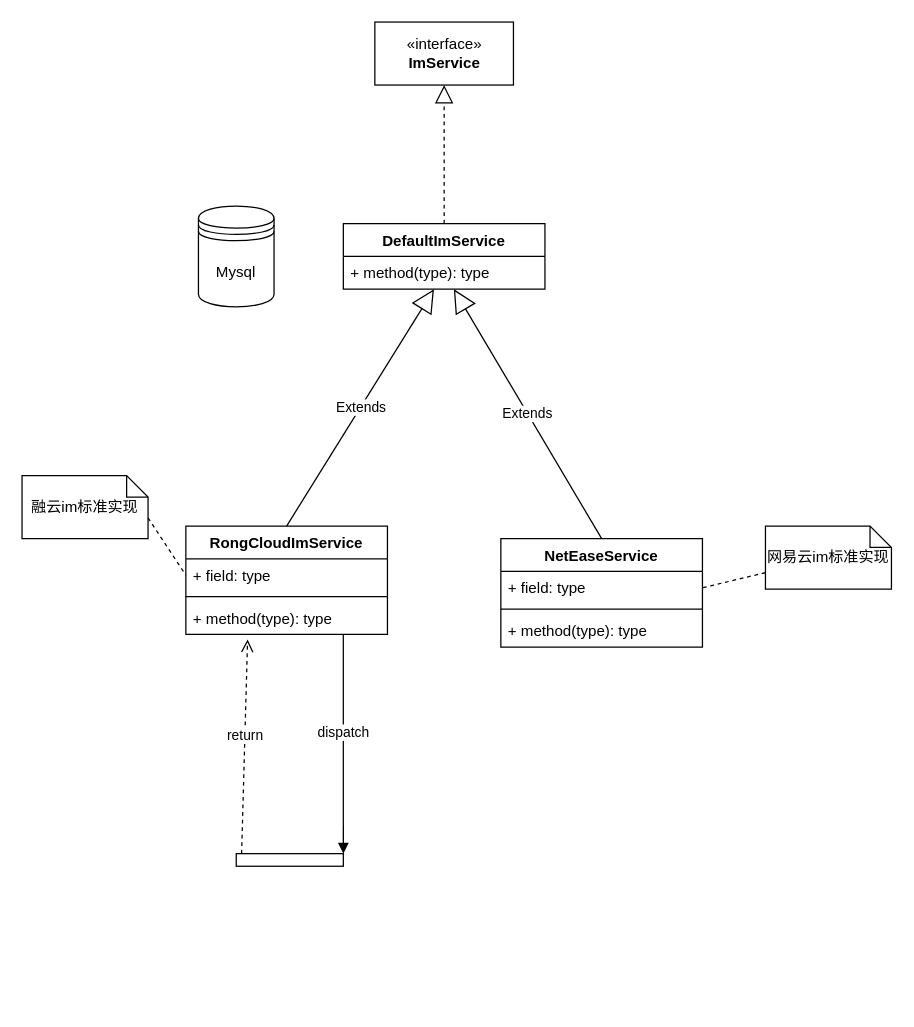
The draw.io diagram hippius-im.drawio in eru97/draw-io, before the edit. Source tidied: cells renumbered, new cells numbered last; positions are measured from the earlier drawing's top-left corner, leaving out a move shared by most shapes. Both pictures are drawn from the tidied source at 126%, with x=0, y=0 at pixel (21, 21).
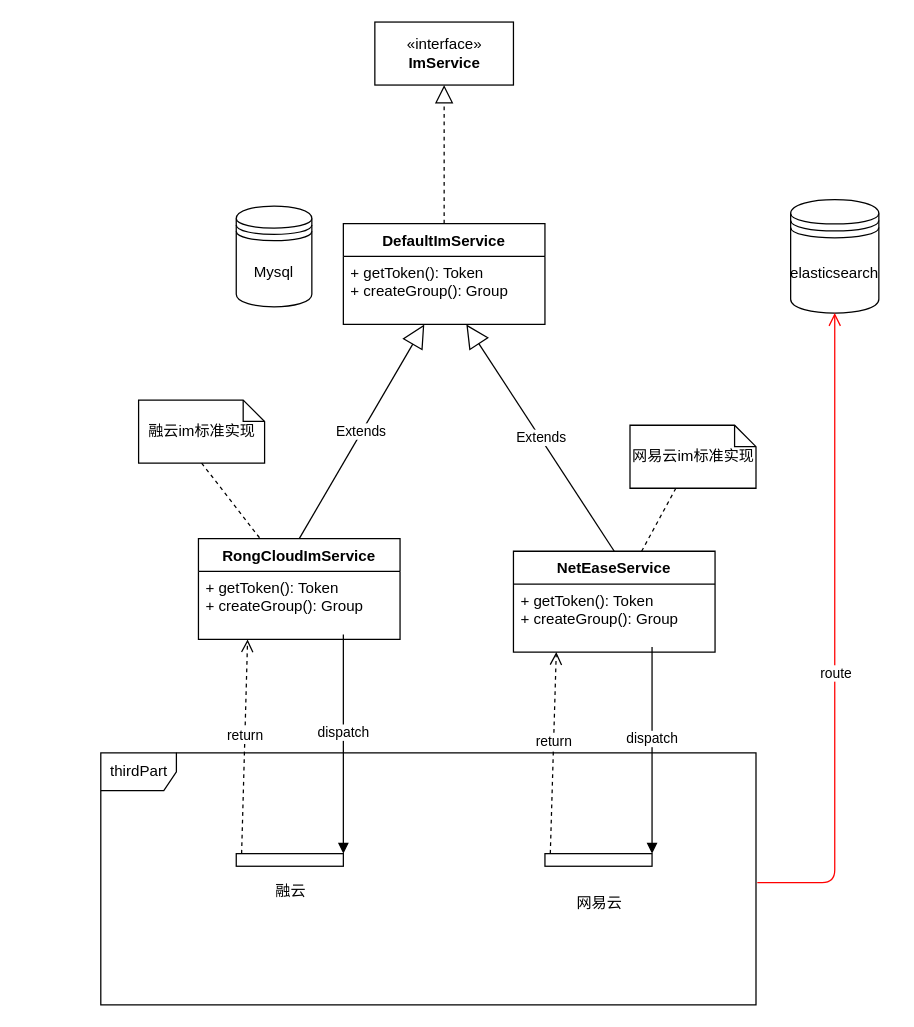
Above is the later version.

Unchanged cells that the change refers to:
```xml
<mxCell id="21" style="html=1;points=[];perimeter=orthogonalPerimeter;direction=south;" parent="1" vertex="1">
  <mxGeometry x="170" y="660" width="85" height="10" as="geometry" />
</mxCell>
```

What changed in the source:
```diff
@@
     <mxCell id="3" value="DefaultImService" style="swimlane;fontStyle=1;align=center;verticalAlign=top;horizontal=1;startSize=26;" parent="1" vertex="1">
-      <mxGeometry x="255" y="160" width="160" height="52" as="geometry" />
+      <mxGeometry x="255" y="160" width="160" height="80" as="geometry" />
     </mxCell>
-    <mxCell id="4" value="+ method(type): type" style="text;strokeColor=none;fillColor=none;align=left;verticalAlign=top;spacingLeft=4;spacingRight=4;overflow=hidden;points=[[0,0.5],[1,0.5]];portConstraint=eastwest;" parent="3" vertex="1">
-      <mxGeometry y="26" width="160" height="26" as="geometry" />
+    <mxCell id="4" value="+ getToken(): Token&#10;+ createGroup(): Group&#10;" style="text;strokeColor=none;fillColor=none;align=left;verticalAlign=top;spacingLeft=4;spacingRight=4;overflow=hidden;points=[[0,0.5],[1,0.5]];portConstraint=eastwest;" parent="3" vertex="1">
+      <mxGeometry y="26" width="160" height="54" as="geometry" />
     </mxCell>
@@
-    <mxCell id="6" value="RongCloudImService" style="swimlane;fontStyle=1;align=center;verticalAlign=top;horizontal=1;startSize=26;" parent="1" vertex="1">
-      <mxGeometry x="130" y="400" width="160" height="86" as="geometry" />
-    </mxCell>
-    <mxCell id="7" value="+ field: type" style="text;strokeColor=none;fillColor=none;align=left;verticalAlign=top;spacingLeft=4;spacingRight=4;overflow=hidden;points=[[0,0.5],[1,0.5]];portConstraint=eastwest;" parent="6" vertex="1">
-      <mxGeometry y="26" width="160" height="26" as="geometry" />
-    </mxCell>
-    <mxCell id="8" style="line;strokeWidth=1;fillColor=none;align=left;verticalAlign=middle;spacingTop=-1;spacingLeft=3;spacingRight=3;labelPosition=right;" parent="6" vertex="1">
-      <mxGeometry y="52" width="160" height="8" as="geometry" />
-    </mxCell>
-    <mxCell id="9" value="+ method(type): type" style="text;strokeColor=none;fillColor=none;align=left;verticalAlign=top;spacingLeft=4;spacingRight=4;overflow=hidden;points=[[0,0.5],[1,0.5]];portConstraint=eastwest;" parent="6" vertex="1">
-      <mxGeometry y="60" width="160" height="26" as="geometry" />
-    </mxCell>
-    <mxCell id="10" value="NetEaseService" style="swimlane;fontStyle=1;align=center;verticalAlign=top;horizontal=1;startSize=26;" parent="1" vertex="1">
-      <mxGeometry x="380" y="410" width="160" height="86" as="geometry" />
-    </mxCell>
-    <mxCell id="11" value="+ field: type" style="text;strokeColor=none;fillColor=none;align=left;verticalAlign=top;spacingLeft=4;spacingRight=4;overflow=hidden;points=[[0,0.5],[1,0.5]];portConstraint=eastwest;" parent="10" vertex="1">
-      <mxGeometry y="26" width="160" height="26" as="geometry" />
-    </mxCell>
-    <mxCell id="12" style="line;strokeWidth=1;fillColor=none;align=left;verticalAlign=middle;spacingTop=-1;spacingLeft=3;spacingRight=3;labelPosition=right;" parent="10" vertex="1">
-      <mxGeometry y="52" width="160" height="8" as="geometry" />
-    </mxCell>
-    <mxCell id="13" value="+ method(type): type" style="text;strokeColor=none;fillColor=none;align=left;verticalAlign=top;spacingLeft=4;spacingRight=4;overflow=hidden;" parent="10" vertex="1">
-      <mxGeometry y="60" width="160" height="26" as="geometry" />
-    </mxCell>
@@
     <mxCell id="16" value="融云im标准实现" style="shape=note;whiteSpace=wrap;size=17;" parent="1" vertex="1">
-      <mxGeometry y="360" width="100" height="50" as="geometry" />
+      <mxGeometry x="92.5" y="300" width="100" height="50" as="geometry" />
     </mxCell>
     <mxCell id="17" value="网易云im标准实现" style="shape=note;whiteSpace=wrap;size=17;" parent="1" vertex="1">
-      <mxGeometry x="590" y="400" width="100" height="50" as="geometry" />
+      <mxGeometry x="482.5" y="320" width="100" height="50" as="geometry" />
     </mxCell>
-    <mxCell id="18" style="endArrow=none;endFill=0;rounded=0;dashed=1;entryX=0;entryY=0.5;entryDx=0;entryDy=0;exitX=0;exitY=0;exitDx=100;exitDy=33.5;exitPerimeter=0;" parent="1" edge="1" source="16" target="7">
+    <mxCell id="18" style="endArrow=none;endFill=0;rounded=0;dashed=1;exitX=0.5;exitY=1;exitDx=0;exitDy=0;exitPerimeter=0;" parent="1" edge="1" source="16" target="6">
       <mxGeometry relative="1" as="geometry" />
     </mxCell>
-    <mxCell id="19" style="endArrow=none;endFill=0;rounded=0;dashed=1;entryX=1;entryY=0.5;entryDx=0;entryDy=0;" parent="1" edge="1" source="17" target="11">
+    <mxCell id="19" style="endArrow=none;endFill=0;rounded=0;dashed=1;" parent="1" edge="1" source="17" target="10">
       <mxGeometry relative="1" as="geometry" />
     </mxCell>
     <mxCell id="20" value="Mysql" style="shape=datastore;whiteSpace=wrap;html=1;" parent="1" vertex="1">
-      <mxGeometry x="140" y="146" width="60" height="80" as="geometry" />
+      <mxGeometry x="170" y="146" width="60" height="80" as="geometry" />
     </mxCell>
@@
-    <mxCell id="22" value="dispatch" style="html=1;verticalAlign=bottom;endArrow=block;entryX=0;entryY=0;strokeColor=#000000;exitX=0.781;exitY=1;exitDx=0;exitDy=0;exitPerimeter=0;" parent="1" edge="1" source="9" target="21">
-      <mxGeometry relative="1" as="geometry" />
+    <mxCell id="22" value="dispatch" style="html=1;verticalAlign=bottom;endArrow=block;entryX=0;entryY=0;strokeColor=#000000;exitX=0.781;exitY=1;exitDx=0;exitDy=0;exitPerimeter=0;" parent="1" edge="1" target="21">
+      <mxGeometry relative="1" as="geometry">
+        <mxPoint x="255" y="486" as="sourcePoint" />
+      </mxGeometry>
     </mxCell>
@@
+    <mxCell id="24" value="融云" style="text;html=1;align=center;verticalAlign=middle;" parent="1" vertex="1">
+      <mxGeometry x="192.5" y="680" width="40" height="20" as="geometry" />
+    </mxCell>
+    <mxCell id="25" style="html=1;points=[];perimeter=orthogonalPerimeter;direction=south;" parent="1" vertex="1">
+      <mxGeometry x="415" y="660" width="85" height="10" as="geometry" />
+    </mxCell>
+    <mxCell id="26" value="dispatch" style="html=1;verticalAlign=bottom;endArrow=block;entryX=0;entryY=0;strokeColor=#000000;exitX=0.781;exitY=1;exitDx=0;exitDy=0;exitPerimeter=0;" parent="1" edge="1" target="25">
+      <mxGeometry relative="1" as="geometry">
+        <mxPoint x="500" y="496" as="sourcePoint" />
+      </mxGeometry>
+    </mxCell>
+    <mxCell id="27" value="return" style="html=1;verticalAlign=bottom;endArrow=open;dashed=1;endSize=8;exitX=0;exitY=0.95;strokeColor=#000000;" parent="1" edge="1" source="25">
+      <mxGeometry relative="1" as="geometry">
+        <mxPoint x="424" y="500" as="targetPoint" />
+      </mxGeometry>
+    </mxCell>
+    <mxCell id="28" value="网易云" style="text;html=1;align=center;verticalAlign=middle;" parent="1" vertex="1">
+      <mxGeometry x="432.5" y="690" width="50" height="20" as="geometry" />
+    </mxCell>
+    <mxCell id="29" value="thirdPart" style="shape=umlFrame;whiteSpace=wrap;html=1;" parent="1" vertex="1">
+      <mxGeometry x="62.5" y="580" width="520" height="200" as="geometry" />
+    </mxCell>
+    <mxCell id="30" value="elasticsearch" style="shape=datastore;whiteSpace=wrap;html=1;" parent="1" vertex="1">
+      <mxGeometry x="610" y="141" width="70" height="90" as="geometry" />
+    </mxCell>
+    <mxCell id="31" style="edgeStyle=orthogonalEdgeStyle;html=1;verticalAlign=bottom;endArrow=open;endSize=8;strokeColor=#ff0000;entryX=0.5;entryY=1;entryDx=0;entryDy=0;exitX=1.002;exitY=0.515;exitDx=0;exitDy=0;exitPerimeter=0;" parent="1" edge="1" source="29" target="30">
+      <mxGeometry relative="1" as="geometry" />
+    </mxCell>
+    <mxCell id="32" value="route" style="edgeLabel;html=1;align=center;verticalAlign=middle;" parent="31" vertex="1">
+      <mxGeometry x="-0.11" relative="1" as="geometry" />
+    </mxCell>
+    <mxCell id="6" value="RongCloudImService" style="swimlane;fontStyle=1;align=center;verticalAlign=top;horizontal=1;startSize=26;" parent="1" vertex="1">
+      <mxGeometry x="140" y="410" width="160" height="80" as="geometry" />
+    </mxCell>
+    <mxCell id="33" value="+ getToken(): Token&#10;+ createGroup(): Group&#10;" style="text;strokeColor=none;fillColor=none;align=left;verticalAlign=top;spacingLeft=4;spacingRight=4;overflow=hidden;" parent="6" vertex="1">
+      <mxGeometry y="26" width="160" height="54" as="geometry" />
+    </mxCell>
+    <mxCell id="10" value="NetEaseService" style="swimlane;fontStyle=1;align=center;verticalAlign=top;horizontal=1;startSize=26;" parent="1" vertex="1">
+      <mxGeometry x="390" y="420" width="160" height="80" as="geometry" />
+    </mxCell>
+    <mxCell id="34" value="+ getToken(): Token&#10;+ createGroup(): Group&#10;" style="text;strokeColor=none;fillColor=none;align=left;verticalAlign=top;spacingLeft=4;spacingRight=4;overflow=hidden;" parent="10" vertex="1">
+      <mxGeometry y="26" width="160" height="54" as="geometry" />
+    </mxCell>
```
